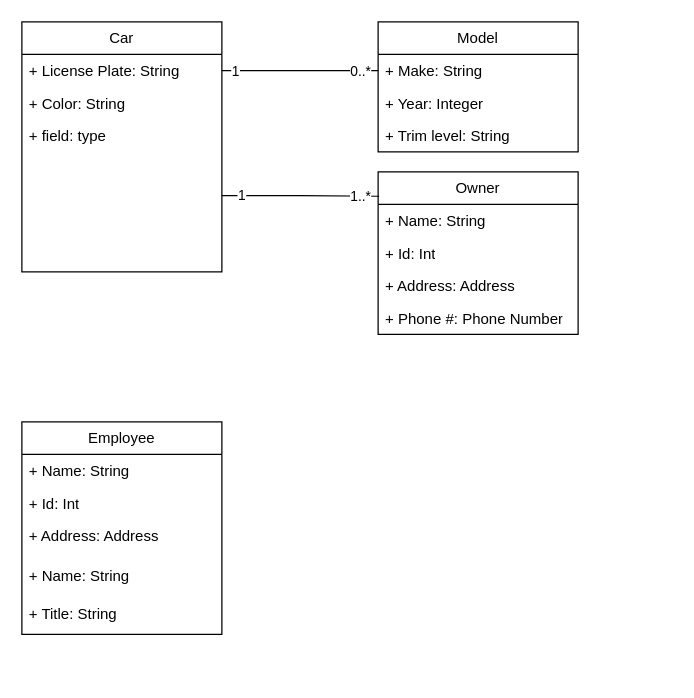
Above: 4314ass1parta.drawio in DylanBriSmith/4313Drawings (draw.io), before the change. Source tidied: cells renumbered, new cells numbered last; positions are measured from the earlier drawing's top-left corner, leaving out a move shared by most shapes. Both pictures are drawn from the tidied source at 125%, with x=0, y=0 at pixel (21, 21).
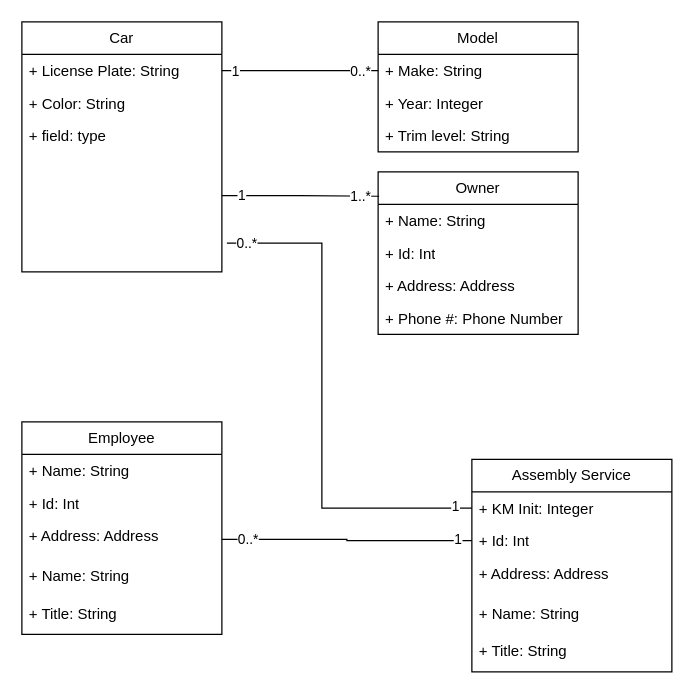
The same page after the edit.

Commit message:
Car and employee to service

The change refers to these unchanged cells:
```xml
<mxCell id="23" value="+ Address: Address" style="text;strokeColor=none;fillColor=none;align=left;verticalAlign=top;spacingLeft=4;spacingRight=4;overflow=hidden;points=[[0,0.5],[1,0.5]];portConstraint=eastwest;whiteSpace=wrap;html=1;" parent="20" vertex="1">
  <mxGeometry y="78" width="160" height="32" as="geometry" />
</mxCell>
```

What changed in the source:
```diff
@@
+    <mxCell id="26" value="Assembly Service" style="swimlane;fontStyle=0;horizontal=1;startSize=26;fillColor=none;whiteSpace=wrap;html=1;" parent="1" vertex="1">
+      <mxGeometry x="360" y="350" width="160" height="170" as="geometry" />
+    </mxCell>
+    <mxCell id="27" value="+ KM Init: Integer" style="text;strokeColor=none;fillColor=none;align=left;verticalAlign=top;spacingLeft=4;spacingRight=4;overflow=hidden;points=[[0,0.5],[1,0.5]];portConstraint=eastwest;whiteSpace=wrap;html=1;" parent="26" vertex="1">
+      <mxGeometry y="26" width="160" height="26" as="geometry" />
+    </mxCell>
+    <mxCell id="28" value="+ Id: Int" style="text;strokeColor=none;fillColor=none;align=left;verticalAlign=top;spacingLeft=4;spacingRight=4;overflow=hidden;points=[[0,0.5],[1,0.5]];portConstraint=eastwest;whiteSpace=wrap;html=1;" parent="26" vertex="1">
+      <mxGeometry y="52" width="160" height="26" as="geometry" />
+    </mxCell>
+    <mxCell id="29" value="+ Address: Address" style="text;strokeColor=none;fillColor=none;align=left;verticalAlign=top;spacingLeft=4;spacingRight=4;overflow=hidden;whiteSpace=wrap;html=1;" parent="26" vertex="1">
+      <mxGeometry y="78" width="160" height="32" as="geometry" />
+    </mxCell>
+    <mxCell id="30" value="+ Name: String" style="text;strokeColor=none;fillColor=none;align=left;verticalAlign=top;spacingLeft=4;spacingRight=4;overflow=hidden;whiteSpace=wrap;html=1;" parent="26" vertex="1">
+      <mxGeometry y="110" width="160" height="30" as="geometry" />
+    </mxCell>
+    <mxCell id="31" value="+ Title: String" style="text;strokeColor=none;fillColor=none;align=left;verticalAlign=top;spacingLeft=4;spacingRight=4;overflow=hidden;whiteSpace=wrap;html=1;" parent="26" vertex="1">
+      <mxGeometry y="140" width="160" height="30" as="geometry" />
+    </mxCell>
+    <mxCell id="32" style="edgeStyle=orthogonalEdgeStyle;rounded=0;jettySize=auto;html=1;entryX=0;entryY=0.5;entryDx=0;entryDy=0;endArrow=none;endFill=0;" parent="1" edge="1" source="23" target="28">
+      <mxGeometry relative="1" as="geometry" />
+    </mxCell>
+    <mxCell id="33" value="1" style="edgeLabel;html=1;align=center;verticalAlign=middle;" parent="32" vertex="1">
+      <mxGeometry x="0.88" y="2" relative="1" as="geometry" />
+    </mxCell>
+    <mxCell id="34" value="0..*" style="edgeLabel;html=1;align=center;verticalAlign=middle;" parent="32" vertex="1">
+      <mxGeometry x="-0.9" y="1" relative="1" as="geometry">
+        <mxPoint x="10" as="offset" />
+      </mxGeometry>
+    </mxCell>
+    <mxCell id="35" style="edgeStyle=orthogonalEdgeStyle;rounded=0;jettySize=auto;html=1;entryX=0;entryY=0.5;entryDx=0;entryDy=0;endArrow=none;endFill=0;" parent="1" edge="1" target="27">
+      <mxGeometry relative="1" as="geometry">
+        <mxPoint x="164" y="177" as="sourcePoint" />
+        <Array as="points">
+          <mxPoint x="240" y="177" />
+          <mxPoint x="240" y="389" />
+        </Array>
+      </mxGeometry>
+    </mxCell>
+    <mxCell id="36" value="1" style="edgeLabel;html=1;align=center;verticalAlign=middle;" parent="35" vertex="1">
+      <mxGeometry x="0.93" y="2" relative="1" as="geometry" />
+    </mxCell>
+    <mxCell id="37" value="0..*" style="edgeLabel;html=1;align=center;verticalAlign=middle;" parent="35" vertex="1">
+      <mxGeometry x="-0.97" y="1" relative="1" as="geometry">
+        <mxPoint x="9" as="offset" />
+      </mxGeometry>
+    </mxCell>
```
